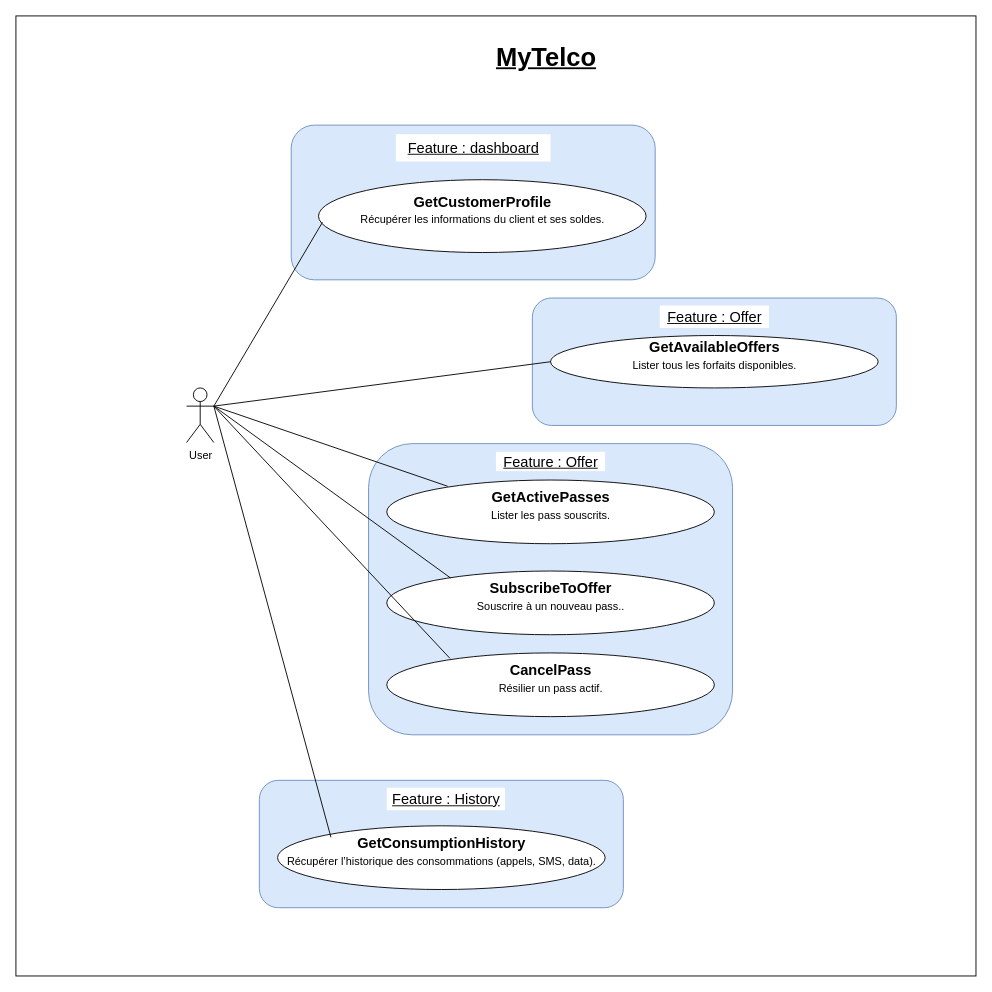
The draw.io diagram design_si/usescases.drawio in yohan387/my_telco, before the edit. Source tidied: cells renumbered, new cells numbered last; positions are measured from the earlier drawing's top-left corner, leaving out a move shared by most shapes. Both pictures are drawn from the tidied source at 91%, with x=0, y=0 at pixel (15, 15).
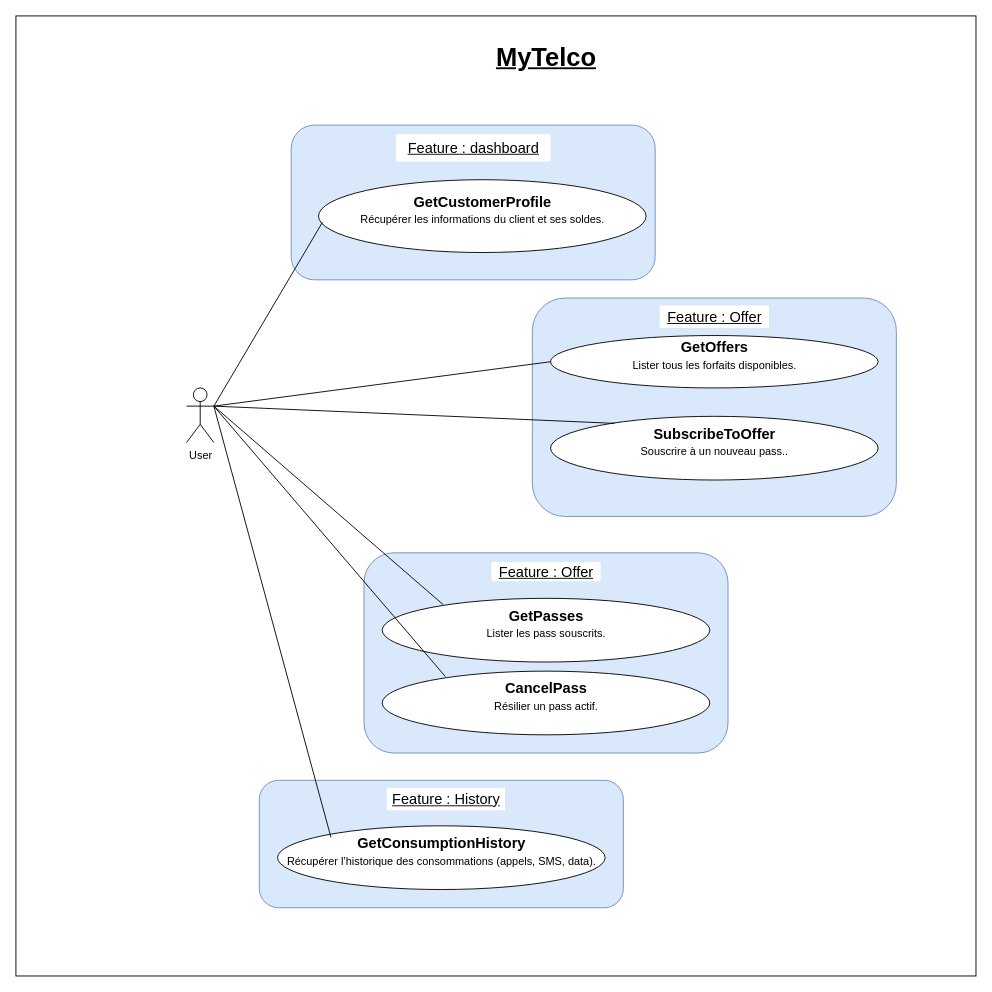
Above is the later version.

Commit message:
docs: Modification de la modélisation

Change to the diagram source:
```diff
@@
     <mxCell id="9" style="group;" parent="1" vertex="1">
-      <mxGeometry x="567.5" y="310" width="400" height="140" as="geometry" />
+      <mxGeometry x="567.5" y="310" width="452.5" height="240" as="geometry" />
     </mxCell>
     <mxCell id="10" style="rounded=1;whiteSpace=wrap;html=1;fillColor=#dae8fc;strokeColor=#6c8ebf;" parent="9" vertex="1">
-      <mxGeometry width="400" height="140" as="geometry" />
+      <mxGeometry width="400" height="240" as="geometry" />
     </mxCell>
@@
-    <mxCell id="12" value="&lt;b&gt;&lt;font style=&quot;font-size: 16px;&quot;&gt;GetAvailableOffers&lt;/font&gt;&lt;/b&gt;&lt;br&gt;&lt;div&gt;Lister tous les forfaits disponibles.&lt;span style=&quot;font-size: 14px;&quot;&gt;&lt;br&gt;&lt;/span&gt;&lt;div&gt;&lt;br&gt;&lt;/div&gt;&lt;/div&gt;" style="ellipse;whiteSpace=wrap;html=1;" parent="9" vertex="1">
+    <mxCell id="12" value="&lt;b&gt;&lt;font style=&quot;font-size: 16px;&quot;&gt;GetOffers&lt;/font&gt;&lt;/b&gt;&lt;br&gt;&lt;div&gt;Lister tous les forfaits disponibles.&lt;span style=&quot;font-size: 14px;&quot;&gt;&lt;br&gt;&lt;/span&gt;&lt;div&gt;&lt;br&gt;&lt;/div&gt;&lt;/div&gt;" style="ellipse;whiteSpace=wrap;html=1;" parent="9" vertex="1">
       <mxGeometry x="20" y="41.2" width="360" height="57.6" as="geometry" />
     </mxCell>
+    <mxCell id="21" value="&lt;font style=&quot;font-size: 16px;&quot;&gt;&lt;b&gt;SubscribeToOffer&lt;/b&gt;&lt;/font&gt;&lt;br&gt;&lt;div&gt; Souscrire à un nouveau pass..&lt;span style=&quot;font-size: 14px;&quot;&gt;&lt;br&gt;&lt;/span&gt;&lt;div&gt;&lt;br&gt;&lt;/div&gt;&lt;/div&gt;" style="ellipse;whiteSpace=wrap;html=1;" parent="9" vertex="1">
+      <mxGeometry x="20" y="130" width="360" height="70" as="geometry" />
+    </mxCell>
@@
     <mxCell id="17" style="group;" parent="1" vertex="1">
-      <mxGeometry x="387.5" y="470" width="400" height="320" as="geometry" />
+      <mxGeometry x="382.5" y="490" width="400" height="320" as="geometry" />
     </mxCell>
     <mxCell id="18" style="rounded=1;whiteSpace=wrap;html=1;fillColor=#dae8fc;strokeColor=#6c8ebf;" parent="17" vertex="1">
-      <mxGeometry width="400" height="320" as="geometry" />
+      <mxGeometry y="100" width="400" height="220" as="geometry" />
     </mxCell>
     <mxCell id="19" value="&lt;font style=&quot;font-size: 16px;&quot;&gt;&lt;u&gt;Feature : Offer&lt;/u&gt;&lt;/font&gt;" style="rounded=0;whiteSpace=wrap;html=1;strokeWidth=0;strokeColor=none;" parent="17" vertex="1">
-      <mxGeometry x="140" y="9" width="120" height="21.2" as="geometry" />
+      <mxGeometry x="140" y="110" width="120" height="21.2" as="geometry" />
     </mxCell>
-    <mxCell id="20" value="&lt;font style=&quot;font-size: 16px;&quot;&gt;&lt;b&gt;GetActivePasses&lt;/b&gt;&lt;/font&gt;&lt;br&gt;&lt;div&gt; Lister les pass souscrits.&lt;span style=&quot;font-size: 14px;&quot;&gt;&lt;br&gt;&lt;/span&gt;&lt;div&gt;&lt;br&gt;&lt;/div&gt;&lt;/div&gt;" style="ellipse;whiteSpace=wrap;html=1;" parent="17" vertex="1">
-      <mxGeometry x="20" y="40" width="360" height="70" as="geometry" />
+    <mxCell id="20" value="&lt;font style=&quot;font-size: 16px;&quot;&gt;&lt;b&gt;GetPasses&lt;/b&gt;&lt;/font&gt;&lt;br&gt;&lt;div&gt; Lister les pass souscrits.&lt;span style=&quot;font-size: 14px;&quot;&gt;&lt;br&gt;&lt;/span&gt;&lt;div&gt;&lt;br&gt;&lt;/div&gt;&lt;/div&gt;" style="ellipse;whiteSpace=wrap;html=1;" parent="17" vertex="1">
+      <mxGeometry x="20" y="150" width="360" height="70" as="geometry" />
     </mxCell>
-    <mxCell id="21" value="&lt;font style=&quot;font-size: 16px;&quot;&gt;&lt;b&gt;SubscribeToOffer&lt;/b&gt;&lt;/font&gt;&lt;br&gt;&lt;div&gt; Souscrire à un nouveau pass..&lt;span style=&quot;font-size: 14px;&quot;&gt;&lt;br&gt;&lt;/span&gt;&lt;div&gt;&lt;br&gt;&lt;/div&gt;&lt;/div&gt;" style="ellipse;whiteSpace=wrap;html=1;" parent="17" vertex="1">
-      <mxGeometry x="20" y="140" width="360" height="70" as="geometry" />
-    </mxCell>
```
